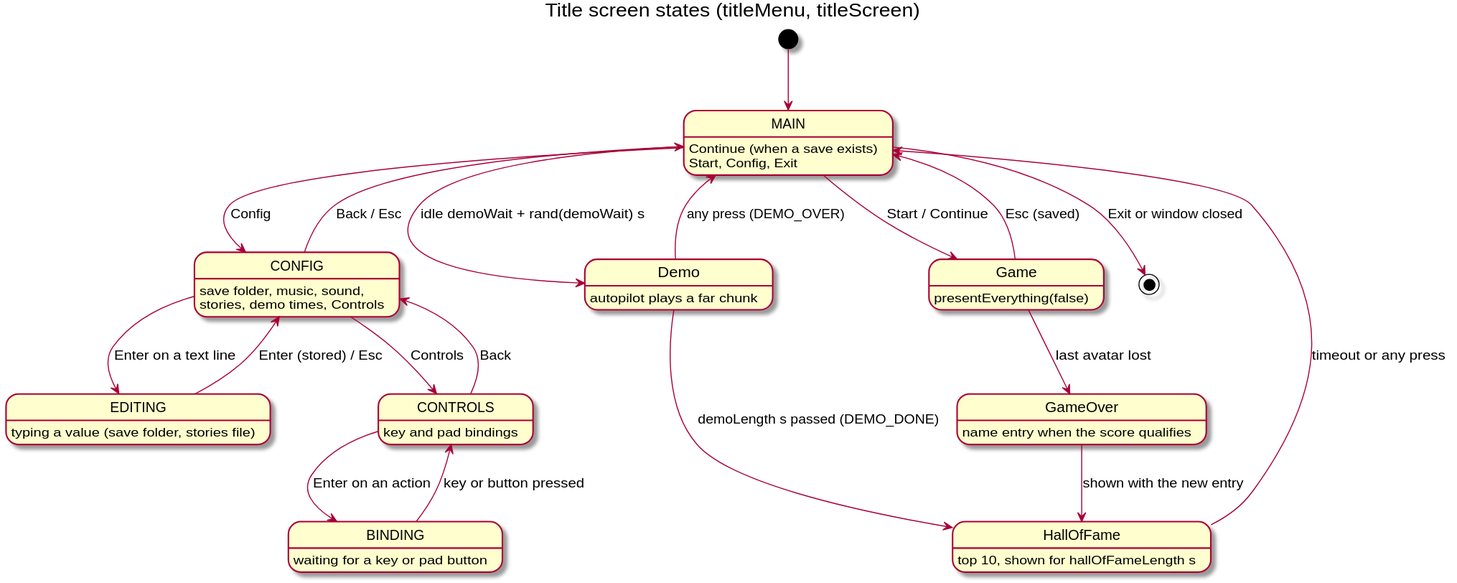
Before: docs/diagrams/11-title-menu-states.svg, a diagram exported from PlantUML (arielkonopka/Gardens-of-Eris). The source it was exported from:
```plantuml
@startuml
title Title screen states (titleMenu, titleScreen)
[*] --> MAIN
state MAIN : Continue (when a save exists)\nStart, Config, Exit
state CONFIG : save folder, music, sound,\nstories, demo times, Controls
state EDITING : typing a value (save folder, stories file)
state CONTROLS : key and pad bindings
state BINDING : waiting for a key or pad button
state Demo : autopilot plays a far chunk
state HallOfFame : top 10, shown for hallOfFameLength s
state Game : presentEverything(false)
state GameOver : name entry when the score qualifies

MAIN --> CONFIG : Config
CONFIG --> MAIN : Back / Esc
CONFIG --> EDITING : Enter on a text line
EDITING --> CONFIG : Enter (stored) / Esc
CONFIG --> CONTROLS : Controls
CONTROLS --> BINDING : Enter on an action
BINDING --> CONTROLS : key or button pressed
CONTROLS --> CONFIG : Back
MAIN --> Demo : idle demoWait + rand(demoWait) s
Demo --> MAIN : any press (DEMO_OVER)
Demo --> HallOfFame : demoLength s passed (DEMO_DONE)
HallOfFame --> MAIN : timeout or any press
MAIN --> Game : Start / Continue
Game --> MAIN : Esc (saved)
Game --> GameOver : last avatar lost
GameOver --> HallOfFame : shown with the new entry
MAIN --> [*] : Exit or window closed
@enduml
```
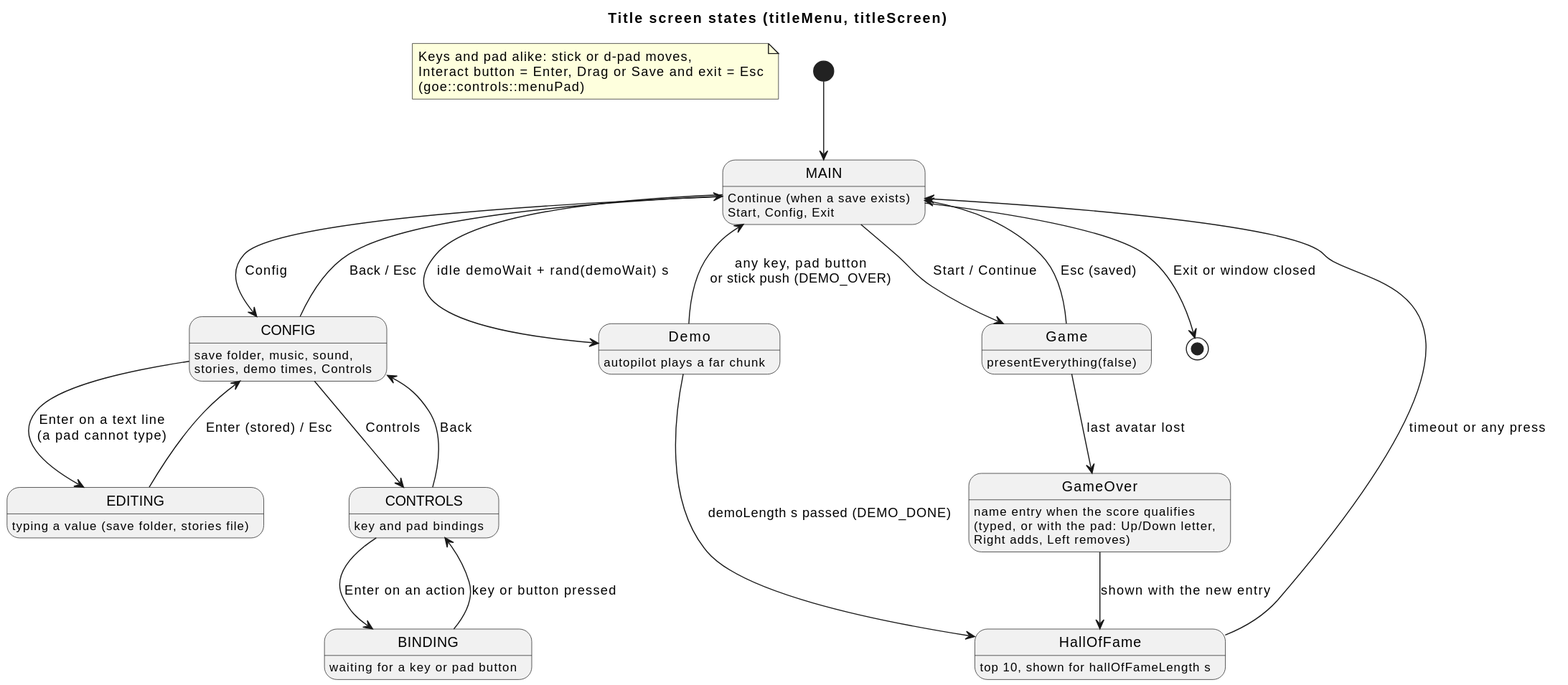
Above is the later version.

The edit, as a diff of the source:
```diff
@@ -1,6 +1,7 @@
 @startuml
 title Title screen states (titleMenu, titleScreen)
 [*] --> MAIN
+note "Keys and pad alike: stick or d-pad moves,\nInteract button = Enter, Drag or Save and exit = Esc\n(goe::controls::menuPad)" as padNote
 state MAIN : Continue (when a save exists)\nStart, Config, Exit
 state CONFIG : save folder, music, sound,\nstories, demo times, Controls
 state EDITING : typing a value (save folder, stories file)
@@ -9,18 +10,18 @@
 state Demo : autopilot plays a far chunk
 state HallOfFame : top 10, shown for hallOfFameLength s
 state Game : presentEverything(false)
-state GameOver : name entry when the score qualifies
+state GameOver : name entry when the score qualifies\n(typed, or with the pad: Up/Down letter,\nRight adds, Left removes)
 
 MAIN --> CONFIG : Config
 CONFIG --> MAIN : Back / Esc
-CONFIG --> EDITING : Enter on a text line
+CONFIG --> EDITING : Enter on a text line\n(a pad cannot type)
 EDITING --> CONFIG : Enter (stored) / Esc
 CONFIG --> CONTROLS : Controls
 CONTROLS --> BINDING : Enter on an action
 BINDING --> CONTROLS : key or button pressed
 CONTROLS --> CONFIG : Back
 MAIN --> Demo : idle demoWait + rand(demoWait) s
-Demo --> MAIN : any press (DEMO_OVER)
+Demo --> MAIN : any key, pad button\nor stick push (DEMO_OVER)
 Demo --> HallOfFame : demoLength s passed (DEMO_DONE)
 HallOfFame --> MAIN : timeout or any press
 MAIN --> Game : Start / Continue
```
